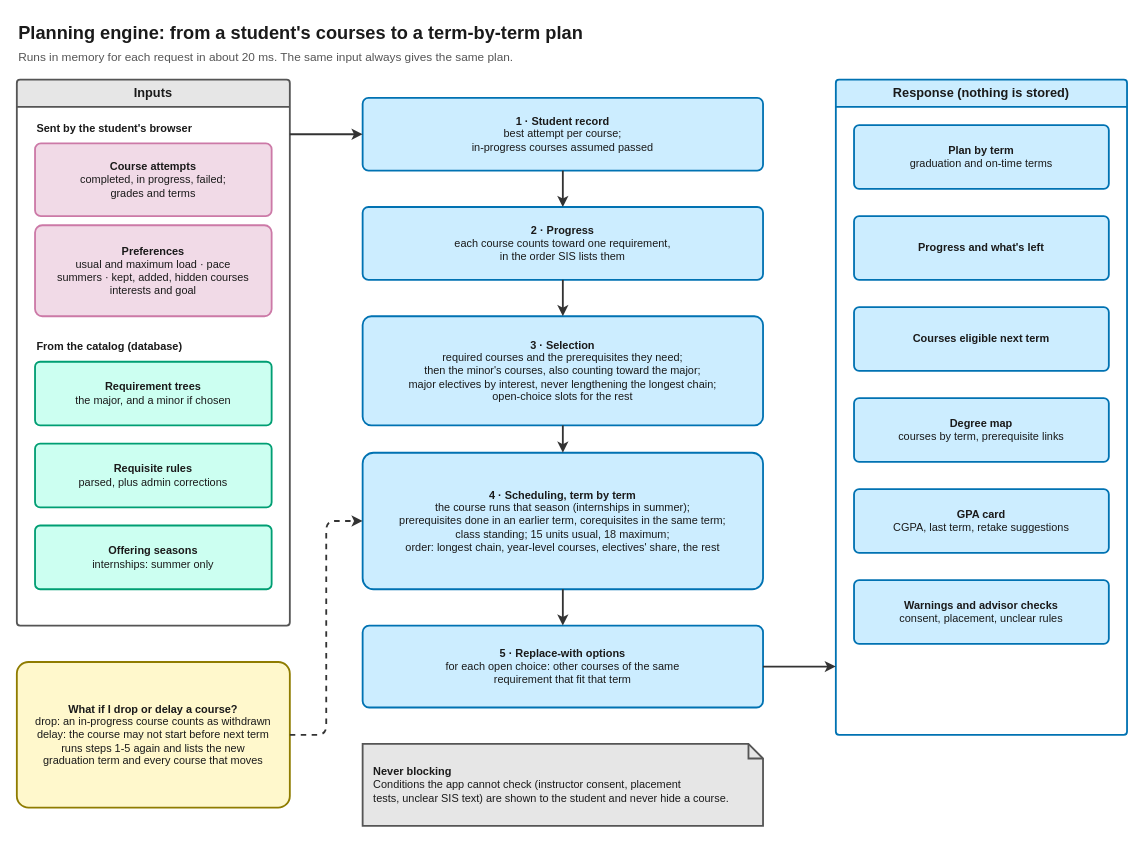
zaniixx/AUIB-Academic-Advisor keeps this draw.io diagram as docs/diagrams/04-planning-engine.drawio. Above is the earlier version. Source tidied: cells renumbered, new cells numbered last; positions are measured from the earlier drawing's top-left corner, leaving out a move shared by most shapes. Both pictures are drawn from the tidied source at 91%, with x=0, y=0 at pixel (16, 15).
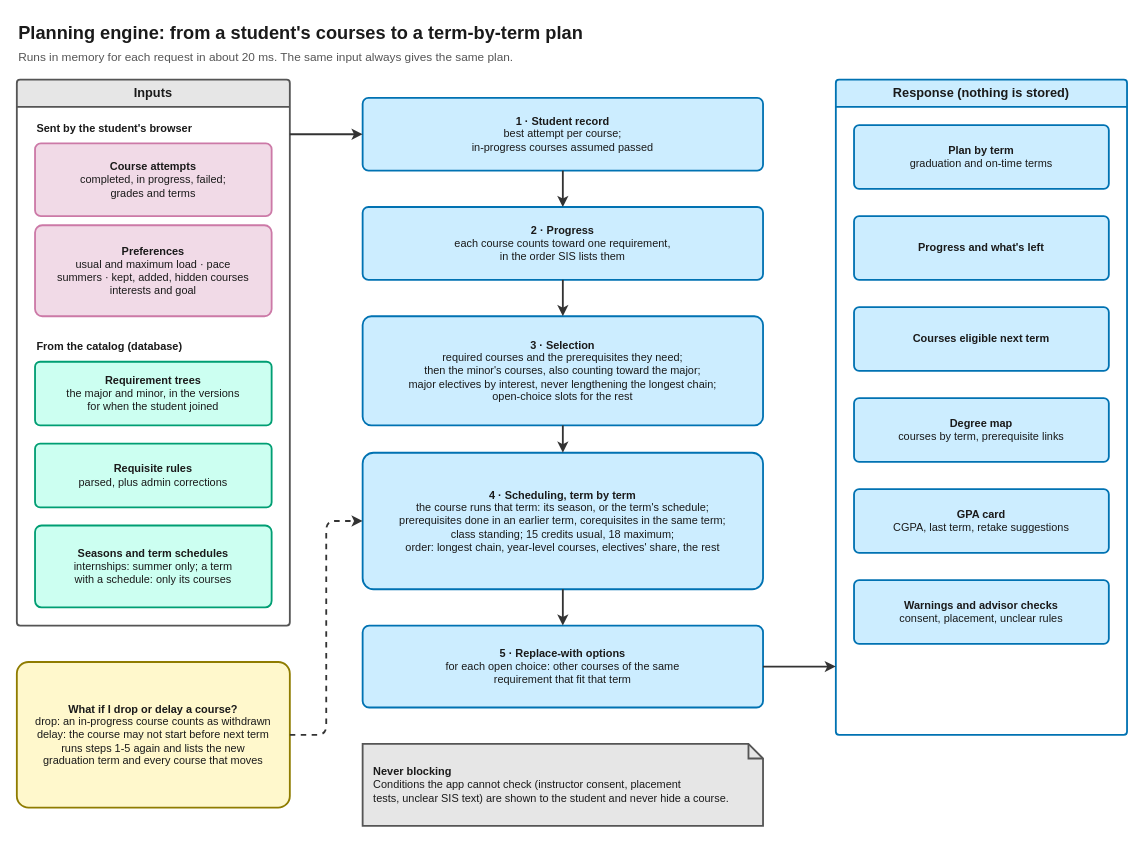
The same diagram, later.

Unchanged cells that the change refers to:
```xml
<mxCell id="3" value="Inputs" style="swimlane;startSize=30;html=1;whiteSpace=wrap;fillColor=#e6e6e6;strokeColor=#555555;swimlaneFillColor=#ffffff;fontColor=#1a1a1a;fontFamily=Helvetica;fontSize=14;fontStyle=1;strokeWidth=2;rounded=1;arcSize=4;" parent="1" vertex="1">
  <mxGeometry y="70" width="300" height="600" as="geometry" />
</mxCell>
```

Diff of the diagram source:
```diff
@@
-    <mxCell id="8" value="&lt;b&gt;Requirement trees&lt;/b&gt;&lt;br&gt;the major, and a minor if chosen" style="rounded=1;arcSize=8;whiteSpace=wrap;html=1;fillColor=#ccfff1;strokeColor=#009e73;fontColor=#1a1a1a;fontFamily=Helvetica;fontSize=12;strokeWidth=2;verticalAlign=middle;" parent="3" vertex="1">
+    <mxCell id="8" value="&lt;b&gt;Requirement trees&lt;/b&gt;&lt;br&gt;the major and minor, in the versions&lt;br&gt;for when the student joined" style="rounded=1;arcSize=8;whiteSpace=wrap;html=1;fillColor=#ccfff1;strokeColor=#009e73;fontColor=#1a1a1a;fontFamily=Helvetica;fontSize=12;strokeWidth=2;verticalAlign=middle;" parent="3" vertex="1">
       <mxGeometry x="20" y="310" width="260" height="70" as="geometry" />
     </mxCell>
@@
-    <mxCell id="10" value="&lt;b&gt;Offering seasons&lt;/b&gt;&lt;br&gt;internships: summer only" style="rounded=1;arcSize=8;whiteSpace=wrap;html=1;fillColor=#ccfff1;strokeColor=#009e73;fontColor=#1a1a1a;fontFamily=Helvetica;fontSize=12;strokeWidth=2;verticalAlign=middle;" parent="3" vertex="1">
-      <mxGeometry x="20" y="490" width="260" height="70" as="geometry" />
+    <mxCell id="10" value="&lt;b&gt;Seasons and term schedules&lt;/b&gt;&lt;br&gt;internships: summer only; a term&lt;br&gt;with a schedule: only its courses" style="rounded=1;arcSize=8;whiteSpace=wrap;html=1;fillColor=#ccfff1;strokeColor=#009e73;fontColor=#1a1a1a;fontFamily=Helvetica;fontSize=12;strokeWidth=2;verticalAlign=middle;" parent="3" vertex="1">
+      <mxGeometry x="20" y="490" width="260" height="90" as="geometry" />
     </mxCell>
@@
-    <mxCell id="14" value="&lt;b&gt;4 · Scheduling, term by term&lt;/b&gt;&lt;br&gt;the course runs that season (internships in summer);&lt;br&gt;prerequisites done in an earlier term, corequisites in the same term;&lt;br&gt;class standing; 15 units usual, 18 maximum;&lt;br&gt;order: longest chain, year-level courses, electives' share, the rest" style="rounded=1;arcSize=8;whiteSpace=wrap;html=1;fillColor=#ccedff;strokeColor=#0072b2;fontColor=#1a1a1a;fontFamily=Helvetica;fontSize=12;strokeWidth=2;verticalAlign=middle;" parent="1" vertex="1">
+    <mxCell id="14" value="&lt;b&gt;4 · Scheduling, term by term&lt;/b&gt;&lt;br&gt;the course runs that term: its season, or the term's schedule;&lt;br&gt;prerequisites done in an earlier term, corequisites in the same term;&lt;br&gt;class standing; 15 credits usual, 18 maximum;&lt;br&gt;order: longest chain, year-level courses, electives' share, the rest" style="rounded=1;arcSize=8;whiteSpace=wrap;html=1;fillColor=#ccedff;strokeColor=#0072b2;fontColor=#1a1a1a;fontFamily=Helvetica;fontSize=12;strokeWidth=2;verticalAlign=middle;" parent="1" vertex="1">
       <mxGeometry x="380" y="480" width="440" height="150" as="geometry" />
     </mxCell>
```
